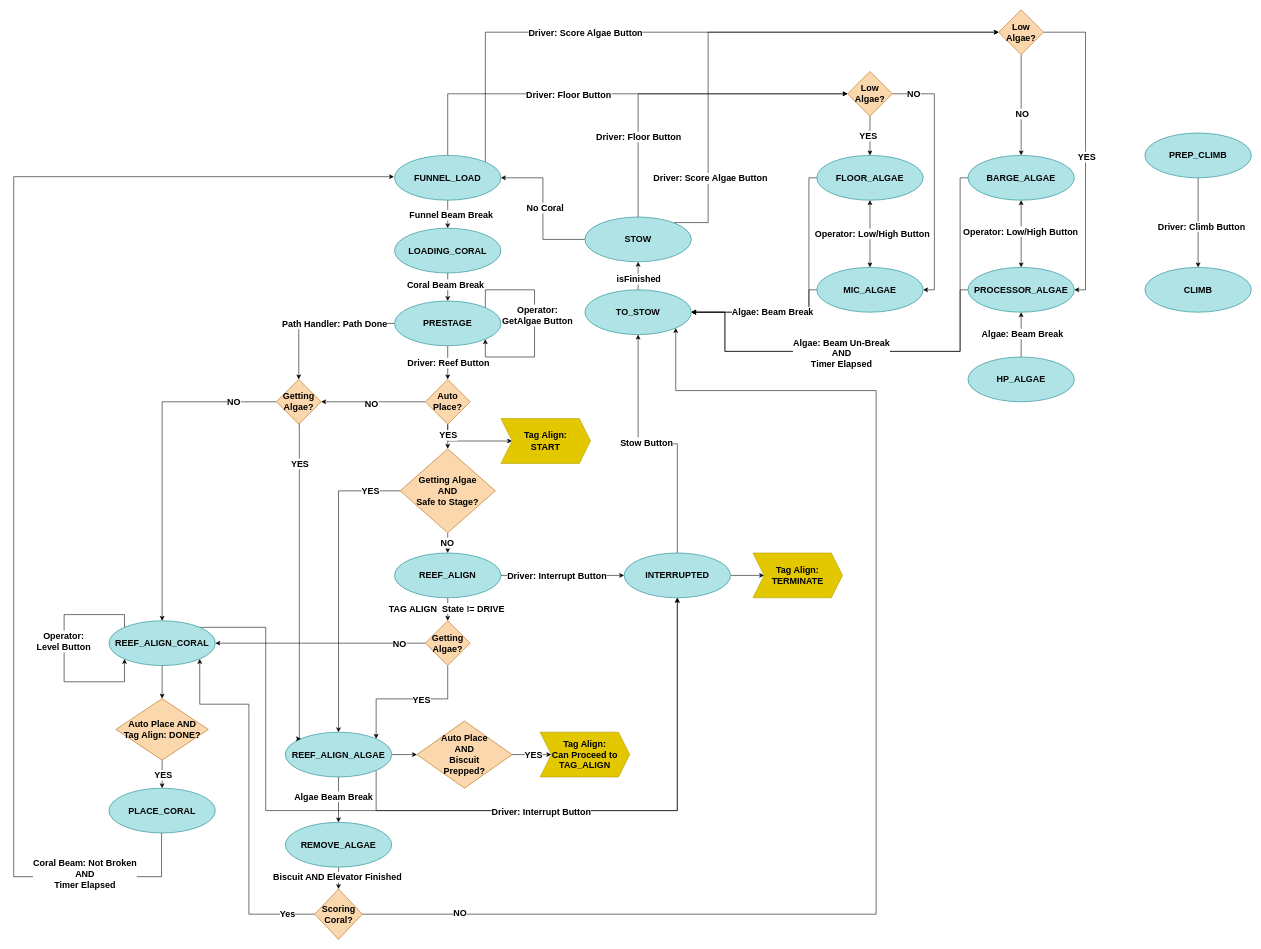
The draw.io diagram page "robotState" (1 of 2) of docs/reefscape-states.drawio in strykeforce/reefscape, before the edit. Source tidied: cells renumbered, new cells numbered last; positions are measured from the earlier drawing's top-left corner, leaving out a move shared by most shapes. Both pictures are drawn from the tidied source at 56%, with x=0, y=0 at pixel (13, 10).
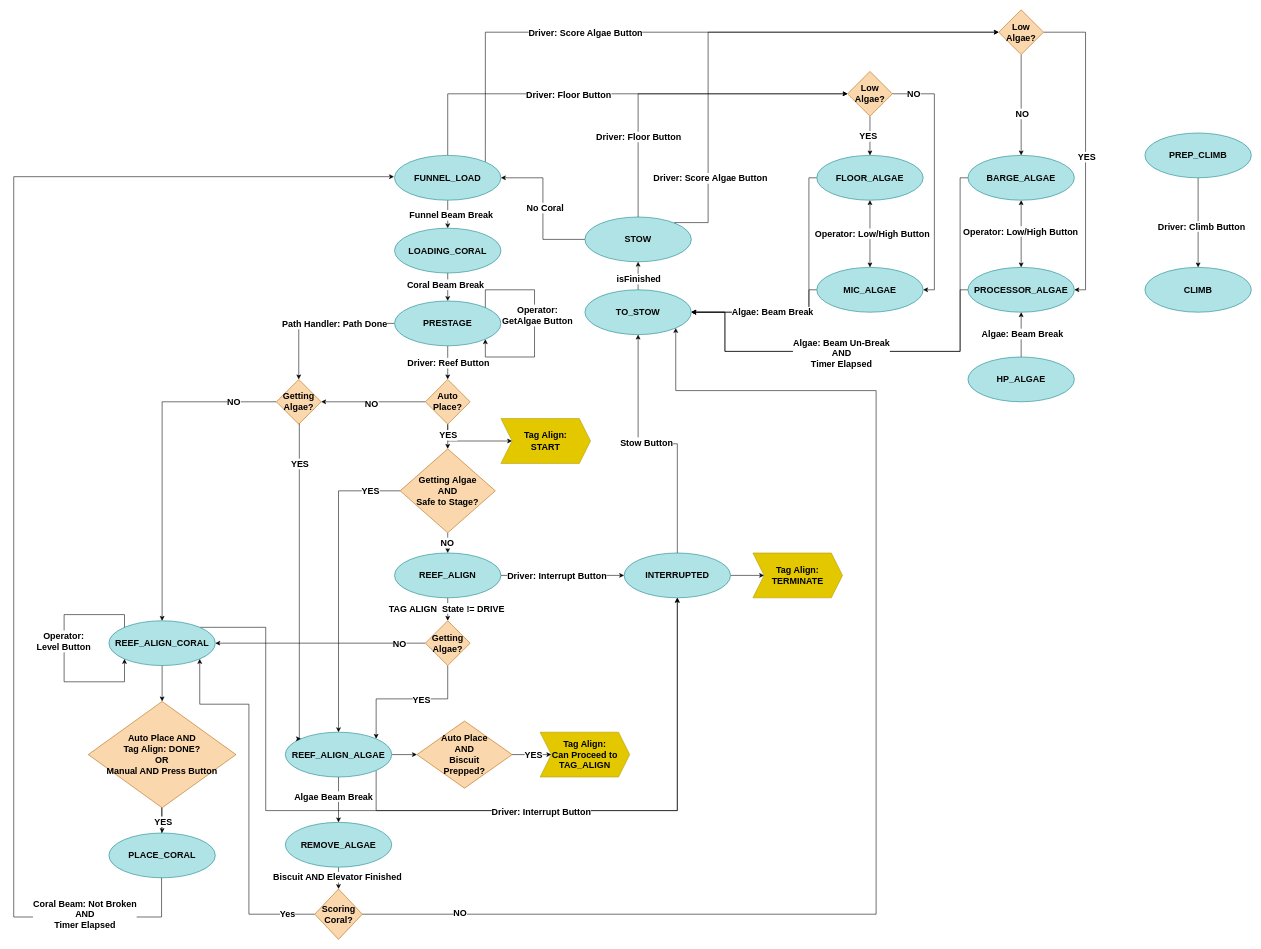
After the change.

What changed in the source:
```diff
@@
     <mxCell id="28" style="edgeStyle=orthogonalEdgeStyle;rounded=0;orthogonalLoop=1;jettySize=auto;html=1;exitX=0.5;exitY=1;exitDx=0;exitDy=0;entryX=0;entryY=0.5;entryDx=0;entryDy=0;fontStyle=1;fontSize=16;" parent="1" edge="1">
       <mxGeometry relative="1" as="geometry">
         <mxPoint x="264" y="1418" as="sourcePoint" />
         <mxPoint x="679" y="298" as="targetPoint" />
         <Array as="points">
-          <mxPoint x="264" y="1548" />
-          <mxPoint y="1548" />
+          <mxPoint x="264" y="1620" />
+          <mxPoint y="1620" />
           <mxPoint y="298" />
         </Array>
       </mxGeometry>
     </mxCell>
@@
     <mxCell id="30" value="PLACE_CORAL" style="ellipse;whiteSpace=wrap;html=1;fillColor=#b0e3e6;strokeColor=#0e8088;fontColor=#050505;fontStyle=1;fontSize=16;" parent="1" vertex="1">
-      <mxGeometry x="170" y="1390" width="190" height="80" as="geometry" />
+      <mxGeometry x="170" y="1470" width="190" height="80" as="geometry" />
     </mxCell>
@@
-    <mxCell id="107" value="Auto Place AND&lt;br&gt;Tag Align: DONE?" style="rhombus;whiteSpace=wrap;html=1;fillColor=#fad7ac;strokeColor=#b46504;fontColor=#000000;fontStyle=1;fontSize=16;" parent="1" vertex="1">
-      <mxGeometry x="182.5" y="1230" width="165" height="110" as="geometry" />
+    <mxCell id="107" value="Auto Place AND&lt;br&gt;Tag Align: DONE?&lt;br&gt;OR&lt;br&gt;Manual AND Press Button" style="rhombus;whiteSpace=wrap;html=1;fillColor=#fad7ac;strokeColor=#b46504;fontColor=#000000;fontStyle=1;fontSize=16;" parent="1" vertex="1">
+      <mxGeometry x="133.1" y="1235" width="263.8" height="190" as="geometry" />
     </mxCell>
```
